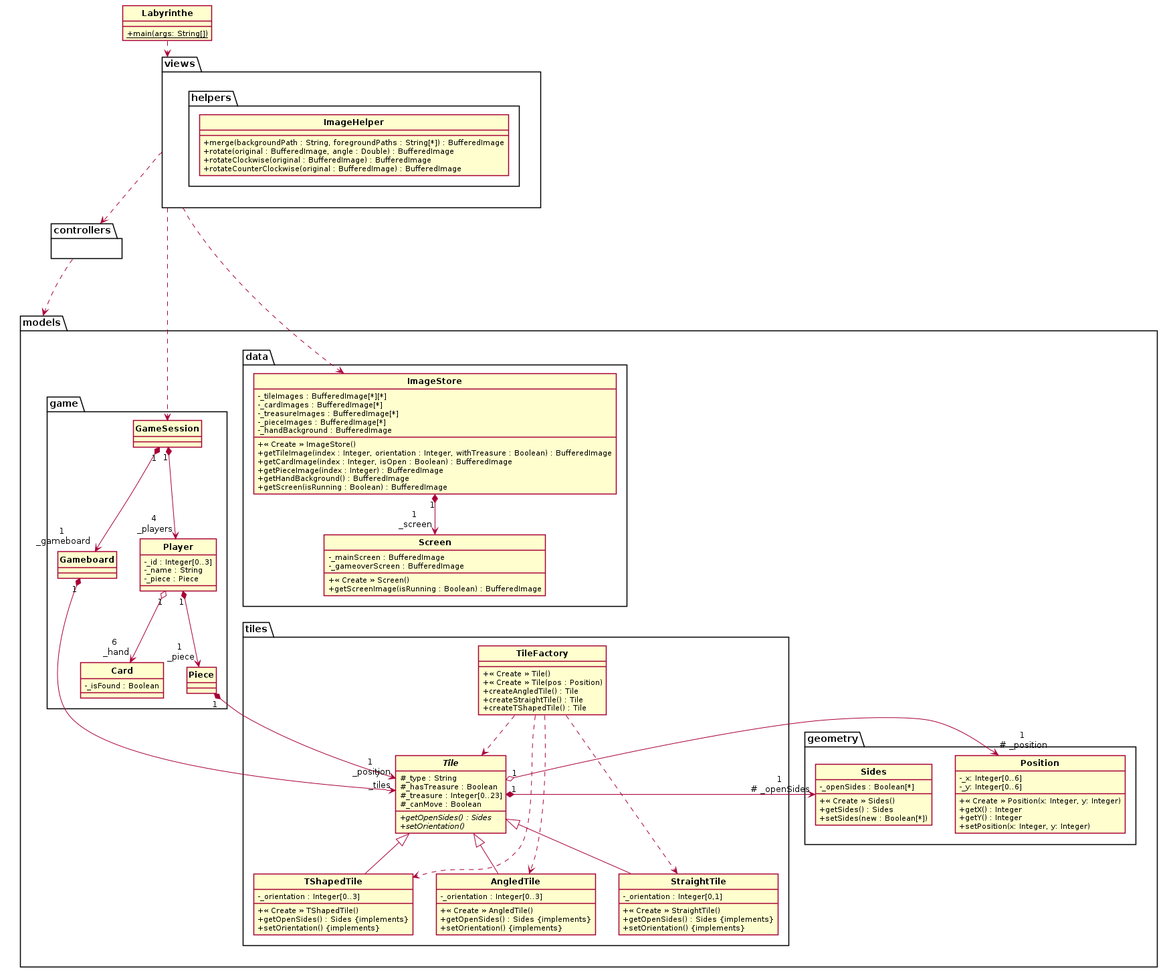
Above: uml/Labyrinthe.png in ElenaFri/labyrinthe (PlantUML), before the change. Its source is kept beside it as uml/labyrinthe.puml.
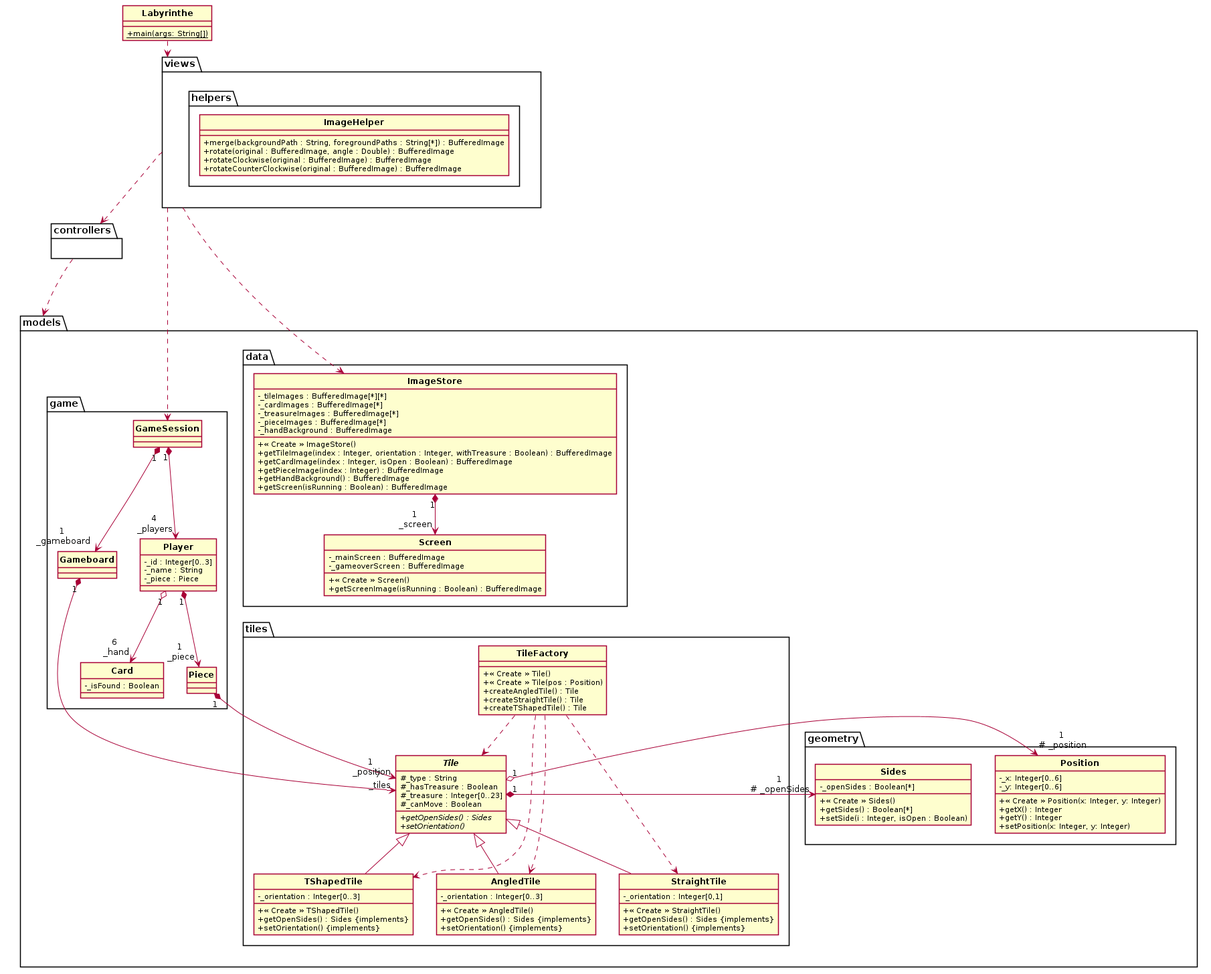
Later version of the same file.

Commit message:
Classe Sides (package geometry)

Diff of the diagram source:
```diff
@@ -70,8 +70,8 @@
 		class Sides {
 			- _openSides : Boolean[*]
 			+ « Create » Sides()
-			+ getSides() : Sides
-			+ setSides(new : Boolean[*])
+			+ getSides() : Boolean[*]
+			+ setSide(i : Integer, isOpen : Boolean)
 		}
 
 		class Position {
```
